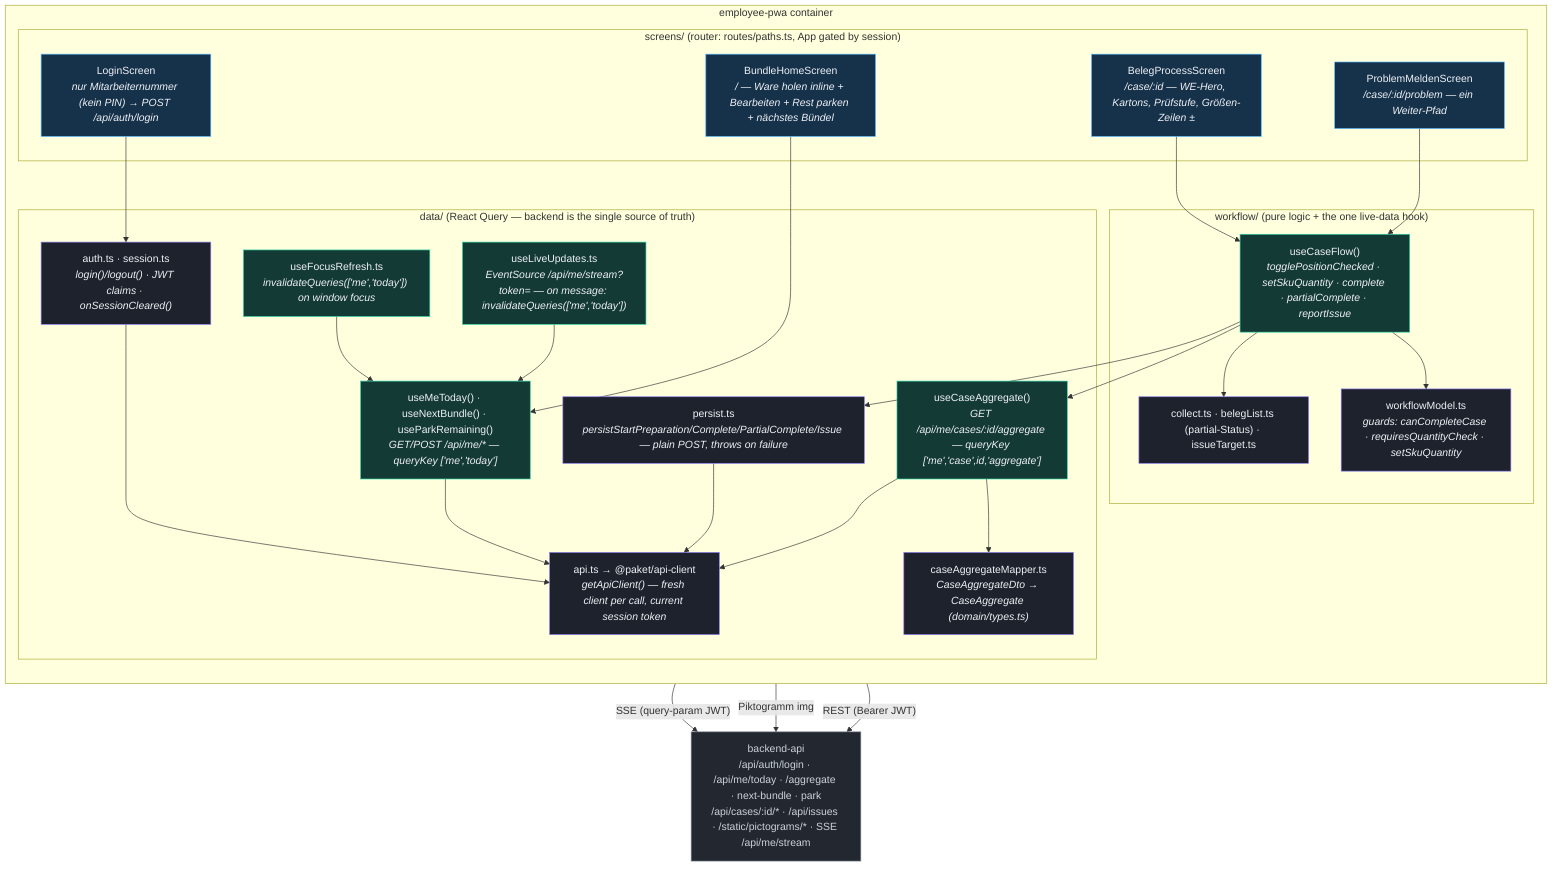
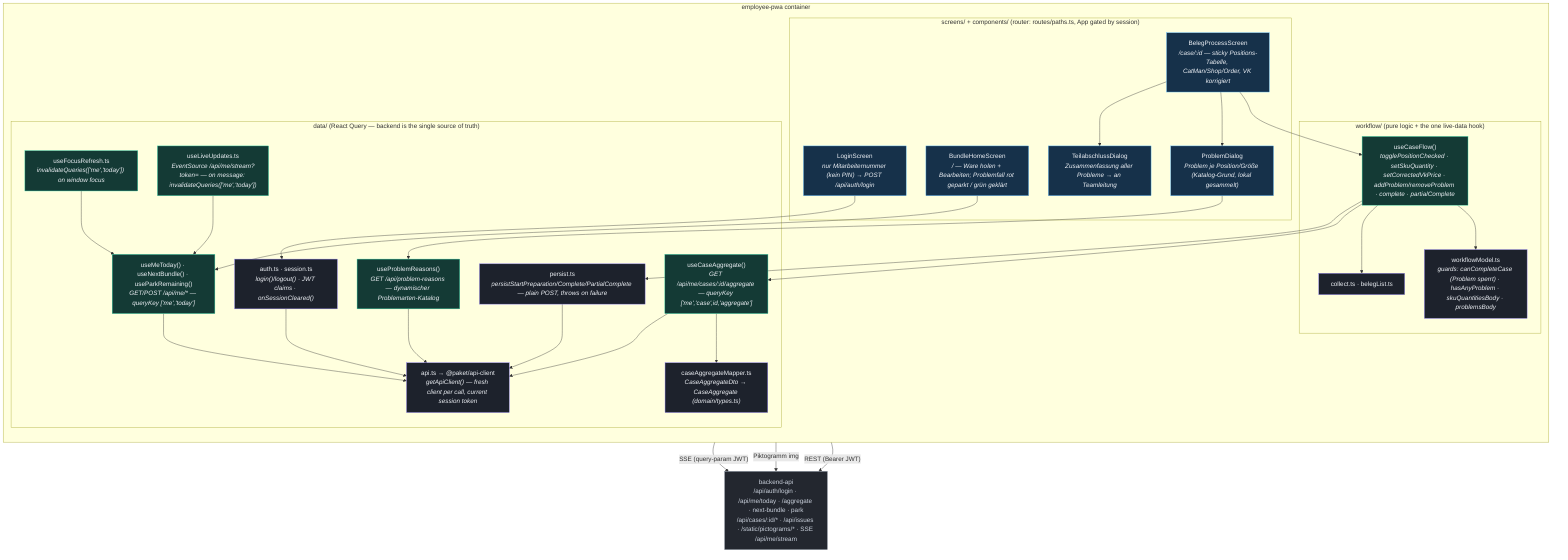
%% C4 Level 3 — Components: employee-pwa (React + Vite PWA)
%% Verified against apps/employee-pwa/src/* (screens/, workflow/, data/, routes/) — tasks 13-17.
%% Real employee login (data/auth.ts) gates the app; the backend is the single source of
%% truth via React Query plus an SSE live-update channel — the former Dexie-backed db/
%% (offline-first cache), events/ (local audit log) and seed/sync/repository modules are
%% gone (tasks 10-13). Task 15 added useLiveUpdates() (GET /api/me/stream, SSE).
flowchart TB
    classDef screen fill:#16314a,stroke:#56b6ff,color:#eef1f6;
    classDef hook fill:#143a35,stroke:#2dd4a7,color:#eef1f6;
    classDef logic fill:#1d222c,stroke:#8b7cf6,color:#eef1f6;
    classDef ext fill:#23272f,stroke:#7c8696,color:#cbd2dd;

    api["backend-api<br/>/api/auth/login · /api/me/today · /aggregate · next-bundle · park<br/>/api/cases/:id/* · /api/issues · /static/pictograms/* · SSE /api/me/stream"]:::ext

    subgraph pwa["employee-pwa container"]
        direction TB
-         subgraph screens["screens/ (router: routes/paths.ts, App gated by session)"]
+         subgraph screens["screens/ + components/ (router: routes/paths.ts, App gated by session)"]
            login["LoginScreen<br/><i>nur Mitarbeiternummer (kein PIN) → POST /api/auth/login</i>"]:::screen
-             home["BundleHomeScreen<br/><i>/ — Ware holen inline + Bearbeiten + Rest parken + nächstes Bündel</i>"]:::screen
-             process["BelegProcessScreen<br/><i>/case/:id — WE-Hero, Kartons, Prüfstufe, Größen-Zeilen ±</i>"]:::screen
-             problem["ProblemMeldenScreen<br/><i>/case/:id/problem — ein Weiter-Pfad</i>"]:::screen
+             home["BundleHomeScreen<br/><i>/ — Ware holen + Bearbeiten; Problemfall rot geparkt / grün geklärt</i>"]:::screen
+             process["BelegProcessScreen<br/><i>/case/:id — sticky Positions-Tabelle, CatMan/Shop/Order, VK korrigiert</i>"]:::screen
+             problemDlg["ProblemDialog<br/><i>Problem je Position/Größe (Katalog-Grund, lokal gesammelt)</i>"]:::screen
+             teilDlg["TeilabschlussDialog<br/><i>Zusammenfassung aller Probleme → an Teamleitung</i>"]:::screen
        end
        subgraph wf["workflow/ (pure logic + the one live-data hook)"]
-             useCaseFlow["useCaseFlow()<br/><i>togglePositionChecked · setSkuQuantity · complete · partialComplete · reportIssue</i>"]:::hook
-             model["workflowModel.ts<br/><i>guards: canCompleteCase · requiresQuantityCheck · setSkuQuantity</i>"]:::logic
-             collectLogic["collect.ts · belegList.ts (partial-Status) · issueTarget.ts"]:::logic
+             useCaseFlow["useCaseFlow()<br/><i>togglePositionChecked · setSkuQuantity · setCorrectedVkPrice · addProblem/removeProblem · complete · partialComplete</i>"]:::hook
+             model["workflowModel.ts<br/><i>guards: canCompleteCase (Problem sperrt) · hasAnyProblem · skuQuantitiesBody · problemsBody</i>"]:::logic
+             collectLogic["collect.ts · belegList.ts"]:::logic
        end
        subgraph data["data/ (React Query — backend is the single source of truth)"]
            apiClient["api.ts → @paket/api-client<br/><i>getApiClient() — fresh client per call, current session token</i>"]:::logic
            auth["auth.ts · session.ts<br/><i>login()/logout() · JWT claims · onSessionCleared()</i>"]:::logic
            meToday["useMeToday() · useNextBundle() · useParkRemaining()<br/><i>GET/POST /api/me/* — queryKey ['me','today']</i>"]:::hook
            caseAgg["useCaseAggregate()<br/><i>GET /api/me/cases/:id/aggregate — queryKey ['me','case',id,'aggregate']</i>"]:::hook
+             reasons["useProblemReasons()<br/><i>GET /api/problem-reasons — dynamischer Problemarten-Katalog</i>"]:::hook
            mapper["caseAggregateMapper.ts<br/><i>CaseAggregateDto → CaseAggregate (domain/types.ts)</i>"]:::logic
-             persist["persist.ts<br/><i>persistStartPreparation/Complete/PartialComplete/Issue — plain POST, throws on failure</i>"]:::logic
+             persist["persist.ts<br/><i>persistStartPreparation/Complete/PartialComplete — plain POST, throws on failure</i>"]:::logic
            focus["useFocusRefresh.ts<br/><i>invalidateQueries(['me','today']) on window focus</i>"]:::hook
            live["useLiveUpdates.ts<br/><i>EventSource /api/me/stream?token= — on message: invalidateQueries(['me','today'])</i>"]:::hook
        end
    end

    login --> auth
    auth --> apiClient
    home --> meToday
    process --> useCaseFlow
-     problem --> useCaseFlow
+     process --> problemDlg
+     process --> teilDlg
+     problemDlg --> reasons
    useCaseFlow --> model
    useCaseFlow --> collectLogic
    useCaseFlow --> caseAgg
    useCaseFlow --> persist
+     reasons --> apiClient
    caseAgg --> mapper
    caseAgg --> apiClient
    meToday --> apiClient
    persist --> apiClient
    focus --> meToday
    live --> meToday
    live -->|"SSE (query-param JWT)"| api
    process -->|"Piktogramm img"| api
    apiClient -->|"REST (Bearer JWT)"| api
